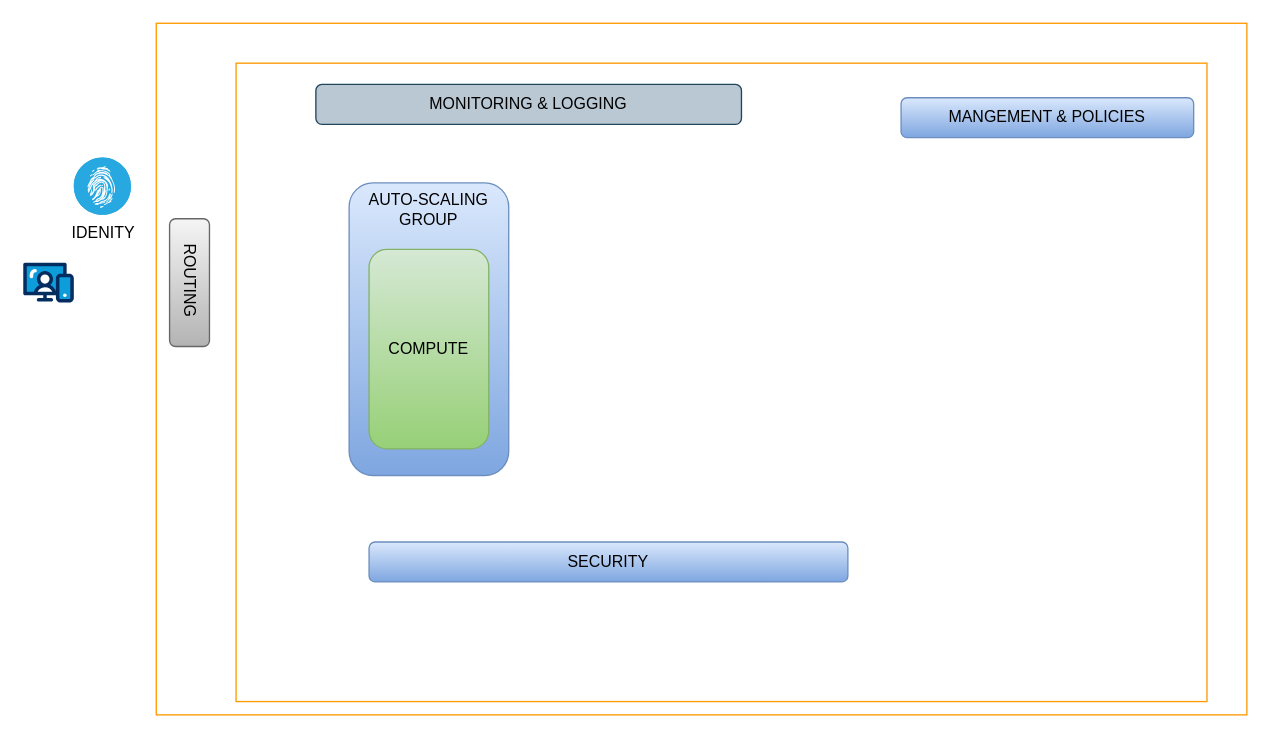
This is ent_1.drawio from ai-next-zen/diagrams, a draw.io file, before an edit. Source tidied: cells renumbered, new cells numbered last; positions are measured from the earlier drawing's top-left corner, leaving out a move shared by most shapes. Both pictures are drawn from the tidied source at 133%, with x=0, y=0 at pixel (23, 23).
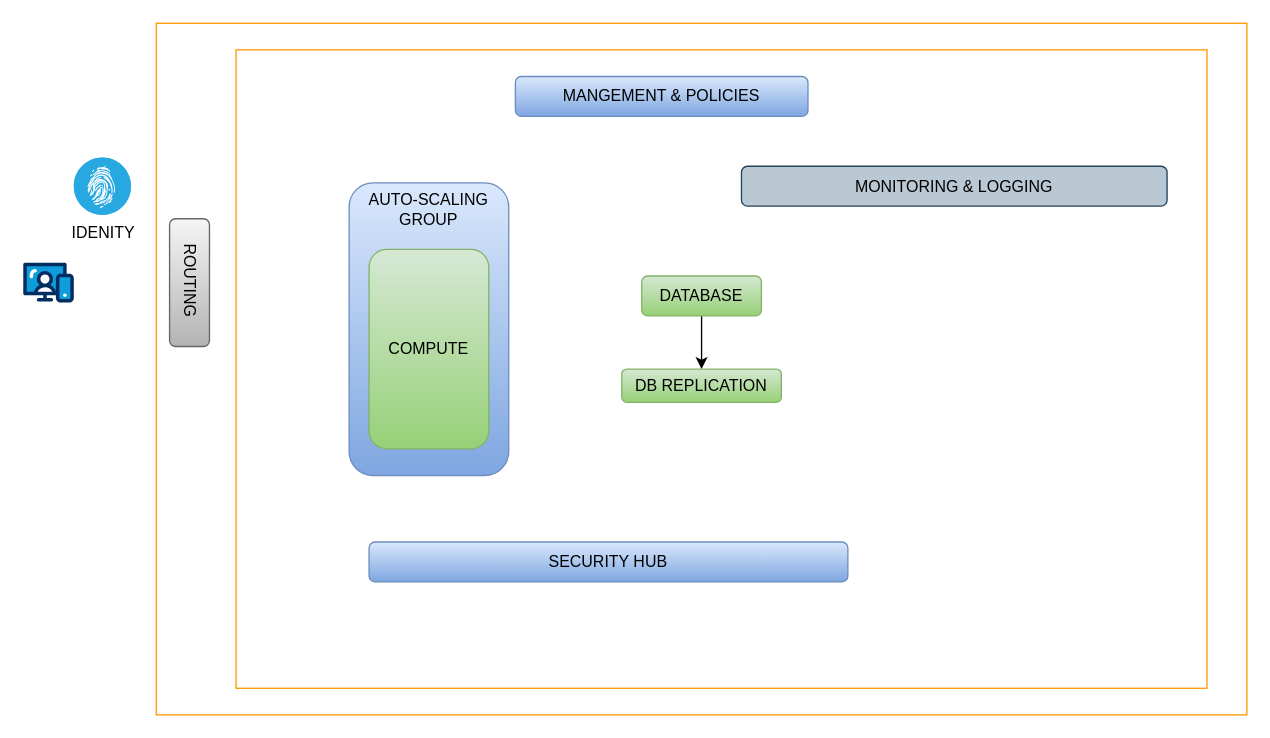
The same diagram, later.

The edit, as a diff of the source:
```diff
@@
 <mxGraphModel>
   <root>
     <mxCell id="0" />
     <mxCell id="1" parent="0" />
     <mxCell id="2" style="gradientColor=none;html=1;whiteSpace=wrap;fontSize=12;fontStyle=0;strokeColor=#FF9900;fillColor=none;verticalAlign=top;align=center;fontColor=#FF9900;dashed=0;spacingTop=3;" parent="1" vertex="1">
       <mxGeometry x="100" width="820" height="520" as="geometry" />
     </mxCell>
     <mxCell id="3" style="verticalLabelPosition=bottom;html=1;shape=mxgraph.salesforce.web;" parent="1" vertex="1">
       <mxGeometry y="180" width="38" height="30" as="geometry" />
     </mxCell>
     <mxCell id="4" value="IDENITY" style="fillColor=#28A8E0;verticalLabelPosition=bottom;sketch=0;html=1;strokeColor=#ffffff;verticalAlign=top;align=center;shape=mxgraph.cisco_safe.compositeIcon;bgIcon=ellipse;resIcon=mxgraph.cisco_safe.capability.identity_authorization;" parent="1" vertex="1">
       <mxGeometry x="38" y="101" width="43" height="43" as="geometry" />
     </mxCell>
     <mxCell id="5" style="gradientColor=none;html=1;whiteSpace=wrap;fontSize=12;fontStyle=0;strokeColor=#FF9900;fillColor=none;verticalAlign=top;align=center;fontColor=#FF9900;dashed=0;spacingTop=3;" parent="1" vertex="1">
-      <mxGeometry x="160" y="30" width="730" height="480" as="geometry" />
+      <mxGeometry x="160" y="20" width="730" height="480" as="geometry" />
     </mxCell>
     <mxCell id="6" value="MONITORING &amp;amp; LOGGING" style="rounded=1;whiteSpace=wrap;html=1;fillColor=#bac8d3;strokeColor=#23445d;" parent="1" vertex="1">
-      <mxGeometry x="220" y="46" width="320" height="30" as="geometry" />
+      <mxGeometry x="540" y="107.5" width="320" height="30" as="geometry" />
     </mxCell>
     <mxCell id="7" value="&lt;span style=&quot;background-color: transparent; color: light-dark(rgb(0, 0, 0), rgb(255, 255, 255));&quot;&gt;AUTO-SCALING&lt;/span&gt;&lt;br&gt;&lt;span style=&quot;background-color: transparent; color: light-dark(rgb(0, 0, 0), rgb(255, 255, 255));&quot;&gt;GROUP&lt;/span&gt;" style="rounded=1;whiteSpace=wrap;html=1;labelPosition=center;verticalLabelPosition=top;align=center;verticalAlign=bottom;spacingTop=6;spacing=-35;fillColor=#dae8fc;strokeColor=#6c8ebf;gradientColor=#7ea6e0;" parent="1" vertex="1">
       <mxGeometry x="245" y="120" width="120" height="220" as="geometry" />
     </mxCell>
     <mxCell id="8" value="ROUTING&amp;nbsp;" style="rounded=1;whiteSpace=wrap;html=1;textDirection=vertical-lr;fillColor=#f5f5f5;gradientColor=#b3b3b3;strokeColor=#666666;" parent="1" vertex="1">
       <mxGeometry x="110" y="147" width="30" height="96" as="geometry" />
     </mxCell>
     <mxCell id="9" value="COMPUTE" style="rounded=1;whiteSpace=wrap;html=1;fillColor=#d5e8d4;gradientColor=#97d077;strokeColor=#82b366;" parent="1" vertex="1">
       <mxGeometry x="260" y="170" width="90" height="150" as="geometry" />
     </mxCell>
     <mxCell id="10" value="MANGEMENT &amp;amp; POLICIES" style="rounded=1;whiteSpace=wrap;html=1;fillColor=#dae8fc;strokeColor=#6c8ebf;gradientColor=#7ea6e0;" parent="1" vertex="1">
-      <mxGeometry x="660" y="56" width="220" height="30" as="geometry" />
+      <mxGeometry x="370" y="40" width="220" height="30" as="geometry" />
     </mxCell>
-    <mxCell id="11" value="SECURITY" style="rounded=1;whiteSpace=wrap;html=1;fillColor=#dae8fc;strokeColor=#6c8ebf;gradientColor=#7ea6e0;" parent="1" vertex="1">
+    <mxCell id="11" value="SECURITY HUB" style="rounded=1;whiteSpace=wrap;html=1;fillColor=#dae8fc;strokeColor=#6c8ebf;gradientColor=#7ea6e0;" parent="1" vertex="1">
       <mxGeometry x="260" y="390" width="360" height="30" as="geometry" />
     </mxCell>
+    <mxCell id="12" style="edgeStyle=orthogonalEdgeStyle;rounded=0;jettySize=auto;html=1;" parent="1" edge="1" source="13" target="14">
+      <mxGeometry relative="1" as="geometry" />
+    </mxCell>
+    <mxCell id="13" value="DATABASE" style="rounded=1;whiteSpace=wrap;html=1;fillColor=#d5e8d4;gradientColor=#97d077;strokeColor=#82b366;" parent="1" vertex="1">
+      <mxGeometry x="465" y="190" width="90" height="30" as="geometry" />
+    </mxCell>
+    <mxCell id="14" value="DB REPLICATION" style="whiteSpace=wrap;html=1;fillColor=#d5e8d4;strokeColor=#82b366;rounded=1;gradientColor=#97d077;" parent="1" vertex="1">
+      <mxGeometry x="450" y="260" width="120" height="25" as="geometry" />
+    </mxCell>
   </root>
 </mxGraphModel>
```
